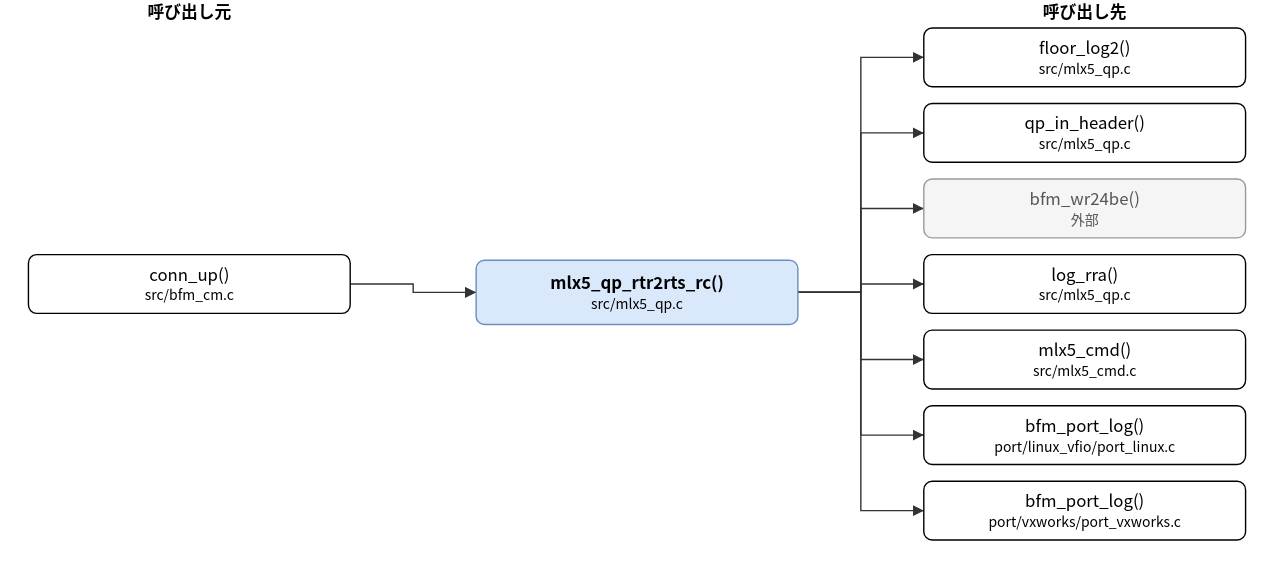
The draw.io diagram doc/spec/images/call_src_mlx5_qp-mlx5_qp_rtr2rts_rc.drawio.svg in hf355051012-ai/bfmem, before a commit. Source tidied: cells renumbered, new cells last; positions are measured from the earlier drawing's top-left corner, leaving out a move shared by most shapes.
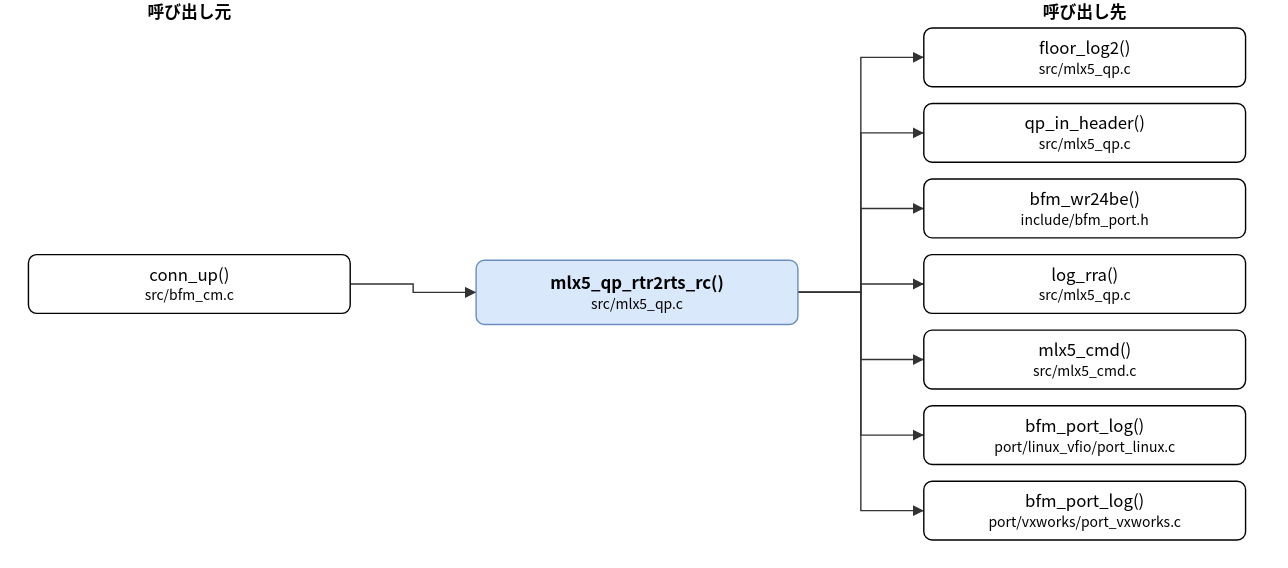
Later version of the same file.

What changed in the source:
```diff
@@ -14,7 +14,7 @@
     <mxCell id="5" value="qp_in_header()&lt;br&gt;&lt;font style=&quot;font-size:10px&quot;&gt;src/mlx5_qp.c&lt;/font&gt;" style="rounded=1;whiteSpace=wrap;html=1;" parent="1" vertex="1">
       <mxGeometry x="640" y="74" width="230" height="42" as="geometry" />
     </mxCell>
-    <mxCell id="6" value="bfm_wr24be()&lt;br&gt;&lt;font style=&quot;font-size:10px&quot;&gt;外部&lt;/font&gt;" style="rounded=1;whiteSpace=wrap;html=1;fillColor=#f5f5f5;strokeColor=#999999;fontColor=#555555;" parent="1" vertex="1">
+    <mxCell id="6" value="bfm_wr24be()&lt;br&gt;&lt;font style=&quot;font-size:10px&quot;&gt;include/bfm_port.h&lt;/font&gt;" style="rounded=1;whiteSpace=wrap;html=1;" parent="1" vertex="1">
       <mxGeometry x="640" y="128" width="230" height="42" as="geometry" />
     </mxCell>
     <mxCell id="7" value="log_rra()&lt;br&gt;&lt;font style=&quot;font-size:10px&quot;&gt;src/mlx5_qp.c&lt;/font&gt;" style="rounded=1;whiteSpace=wrap;html=1;" parent="1" vertex="1">
```
